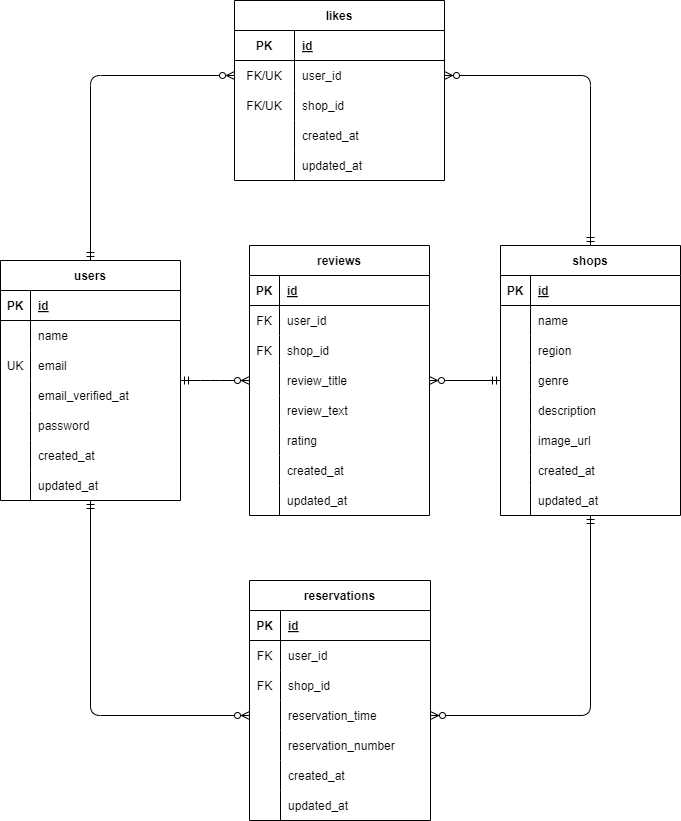
Above: ER.png in fukuda983667/Rese-front (draw.io), before the change. Source tidied: cells renumbered, new cells last; positions are measured from the earlier drawing's top-left corner, leaving out a move shared by most shapes.
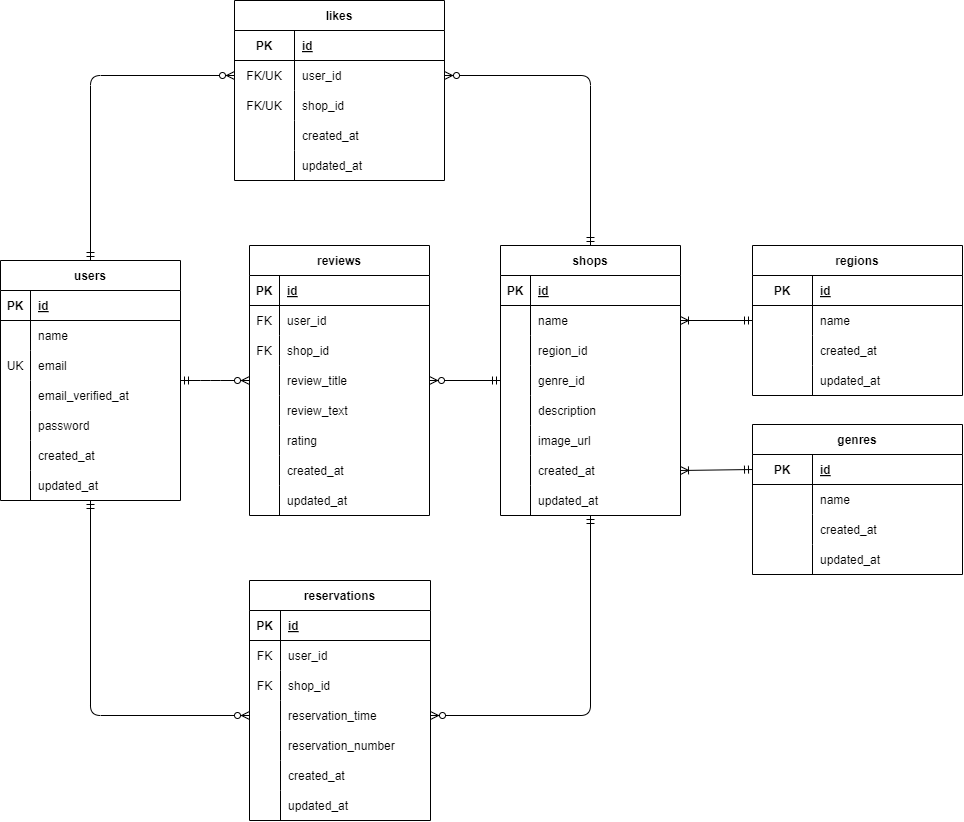
The same diagram one commit later.

The edit, as a diff of the source:
```diff
@@ -29,7 +29,7 @@
     <mxCell id="10" style="shape=partialRectangle;fillColor=none;top=0;left=0;bottom=0;right=0;overflow=hidden;" parent="9" vertex="1">
       <mxGeometry width="30" height="30" as="geometry" />
     </mxCell>
-    <mxCell id="11" value="region" style="shape=partialRectangle;fillColor=none;top=0;left=0;bottom=0;right=0;align=left;spacingLeft=6;overflow=hidden;" parent="9" vertex="1">
+    <mxCell id="11" value="region_id" style="shape=partialRectangle;fillColor=none;top=0;left=0;bottom=0;right=0;align=left;spacingLeft=6;overflow=hidden;" parent="9" vertex="1">
       <mxGeometry x="30" width="150" height="30" as="geometry" />
     </mxCell>
     <mxCell id="12" style="shape=tableRow;horizontal=0;startSize=0;swimlaneHead=0;swimlaneBody=0;fillColor=none;points=[[0,0.5],[1,0.5]];portConstraint=eastwest;top=0;left=0;right=0;bottom=0;" parent="2" vertex="1">
@@ -38,7 +38,7 @@
     <mxCell id="13" style="shape=partialRectangle;fillColor=none;top=0;left=0;bottom=0;right=0;overflow=hidden;" parent="12" vertex="1">
       <mxGeometry width="30" height="30" as="geometry" />
     </mxCell>
-    <mxCell id="14" value="genre" style="shape=partialRectangle;fillColor=none;top=0;left=0;bottom=0;right=0;align=left;spacingLeft=6;overflow=hidden;" parent="12" vertex="1">
+    <mxCell id="14" value="genre_id" style="shape=partialRectangle;fillColor=none;top=0;left=0;bottom=0;right=0;align=left;spacingLeft=6;overflow=hidden;" parent="12" vertex="1">
       <mxGeometry x="30" width="150" height="30" as="geometry" />
     </mxCell>
     <mxCell id="15" style="shape=tableRow;horizontal=0;startSize=0;swimlaneHead=0;swimlaneBody=0;fillColor=none;top=0;left=0;right=0;bottom=0;" parent="2" vertex="1">
@@ -372,5 +372,89 @@
     <mxCell id="117" style="fontSize=12;html=1;endArrow=ERzeroToMany;startArrow=ERmandOne;elbow=vertical;entryX=1;entryY=0.5;entryDx=0;entryDy=0;exitX=0;exitY=0.5;exitDx=0;exitDy=0;" parent="1" edge="1" source="12" target="101">
       <mxGeometry relative="1" as="geometry" />
     </mxCell>
+    <mxCell id="118" value="regions" style="shape=table;startSize=30;rowLines=0;fontStyle=1;align=center;" parent="1" vertex="1">
+      <mxGeometry x="752" y="245" width="210" height="150" as="geometry" />
+    </mxCell>
+    <mxCell id="119" style="shape=tableRow;horizontal=0;startSize=0;swimlaneHead=0;swimlaneBody=0;fillColor=none;top=0;left=0;right=0;bottom=1;" parent="118" vertex="1">
+      <mxGeometry y="30" width="210" height="30" as="geometry" />
+    </mxCell>
+    <mxCell id="120" value="PK" style="shape=partialRectangle;fillColor=none;top=0;left=0;bottom=0;right=0;fontStyle=1;overflow=hidden;" parent="119" vertex="1">
+      <mxGeometry width="60" height="30" as="geometry" />
+    </mxCell>
+    <mxCell id="121" value="id" style="shape=partialRectangle;fillColor=none;top=0;left=0;bottom=0;right=0;align=left;spacingLeft=6;fontStyle=5;overflow=hidden;" parent="119" vertex="1">
+      <mxGeometry x="60" width="150" height="30" as="geometry" />
+    </mxCell>
+    <mxCell id="122" style="shape=tableRow;horizontal=0;startSize=0;swimlaneHead=0;swimlaneBody=0;fillColor=none;points=[[0,0.5],[1,0.5]];portConstraint=eastwest;top=0;left=0;right=0;bottom=0;" parent="118" vertex="1">
+      <mxGeometry y="60" width="210" height="30" as="geometry" />
+    </mxCell>
+    <mxCell id="123" style="shape=partialRectangle;fillColor=none;top=0;left=0;bottom=0;right=0;overflow=hidden;fontSize=12;" parent="122" vertex="1">
+      <mxGeometry width="60" height="30" as="geometry" />
+    </mxCell>
+    <mxCell id="124" value="name" style="shape=partialRectangle;fillColor=none;top=0;left=0;bottom=0;right=0;align=left;spacingLeft=6;overflow=hidden;" parent="122" vertex="1">
+      <mxGeometry x="60" width="150" height="30" as="geometry" />
+    </mxCell>
+    <mxCell id="125" style="shape=tableRow;horizontal=0;startSize=0;swimlaneHead=0;swimlaneBody=0;fillColor=none;top=0;left=0;right=0;bottom=0;" parent="118" vertex="1">
+      <mxGeometry y="90" width="210" height="30" as="geometry" />
+    </mxCell>
+    <mxCell id="126" style="shape=partialRectangle;fillColor=none;top=0;left=0;bottom=0;right=0;overflow=hidden;fontSize=12;" parent="125" vertex="1">
+      <mxGeometry width="60" height="30" as="geometry" />
+    </mxCell>
+    <mxCell id="127" value="created_at" style="shape=partialRectangle;fillColor=none;top=0;left=0;bottom=0;right=0;align=left;spacingLeft=6;overflow=hidden;" parent="125" vertex="1">
+      <mxGeometry x="60" width="150" height="30" as="geometry" />
+    </mxCell>
+    <mxCell id="128" style="shape=tableRow;horizontal=0;startSize=0;swimlaneHead=0;swimlaneBody=0;fillColor=none;top=0;left=0;right=0;bottom=0;" parent="118" vertex="1">
+      <mxGeometry y="120" width="210" height="30" as="geometry" />
+    </mxCell>
+    <mxCell id="129" style="shape=partialRectangle;fillColor=none;top=0;left=0;bottom=0;right=0;overflow=hidden;" parent="128" vertex="1">
+      <mxGeometry width="60" height="30" as="geometry" />
+    </mxCell>
+    <mxCell id="130" value="updated_at" style="shape=partialRectangle;fillColor=none;top=0;left=0;bottom=0;right=0;align=left;spacingLeft=6;overflow=hidden;" parent="128" vertex="1">
+      <mxGeometry x="60" width="150" height="30" as="geometry" />
+    </mxCell>
+    <mxCell id="131" value="genres" style="shape=table;startSize=30;rowLines=0;fontStyle=1;align=center;" parent="1" vertex="1">
+      <mxGeometry x="752" y="424" width="210" height="150" as="geometry" />
+    </mxCell>
+    <mxCell id="132" style="shape=tableRow;horizontal=0;startSize=0;swimlaneHead=0;swimlaneBody=0;fillColor=none;points=[[0,0.5],[1,0.5]];portConstraint=eastwest;top=0;left=0;right=0;bottom=1;" parent="131" vertex="1">
+      <mxGeometry y="30" width="210" height="30" as="geometry" />
+    </mxCell>
+    <mxCell id="133" value="PK" style="shape=partialRectangle;fillColor=none;top=0;left=0;bottom=0;right=0;fontStyle=1;overflow=hidden;" parent="132" vertex="1">
+      <mxGeometry width="60" height="30" as="geometry" />
+    </mxCell>
+    <mxCell id="134" value="id" style="shape=partialRectangle;fillColor=none;top=0;left=0;bottom=0;right=0;align=left;spacingLeft=6;fontStyle=5;overflow=hidden;" parent="132" vertex="1">
+      <mxGeometry x="60" width="150" height="30" as="geometry" />
+    </mxCell>
+    <mxCell id="135" style="shape=tableRow;horizontal=0;startSize=0;swimlaneHead=0;swimlaneBody=0;fillColor=none;top=0;left=0;right=0;bottom=0;" parent="131" vertex="1">
+      <mxGeometry y="60" width="210" height="30" as="geometry" />
+    </mxCell>
+    <mxCell id="136" style="shape=partialRectangle;fillColor=none;top=0;left=0;bottom=0;right=0;overflow=hidden;fontSize=12;" parent="135" vertex="1">
+      <mxGeometry width="60" height="30" as="geometry" />
+    </mxCell>
+    <mxCell id="137" value="name" style="shape=partialRectangle;fillColor=none;top=0;left=0;bottom=0;right=0;align=left;spacingLeft=6;overflow=hidden;" parent="135" vertex="1">
+      <mxGeometry x="60" width="150" height="30" as="geometry" />
+    </mxCell>
+    <mxCell id="138" style="shape=tableRow;horizontal=0;startSize=0;swimlaneHead=0;swimlaneBody=0;fillColor=none;top=0;left=0;right=0;bottom=0;" parent="131" vertex="1">
+      <mxGeometry y="90" width="210" height="30" as="geometry" />
+    </mxCell>
+    <mxCell id="139" style="shape=partialRectangle;fillColor=none;top=0;left=0;bottom=0;right=0;overflow=hidden;fontSize=12;" parent="138" vertex="1">
+      <mxGeometry width="60" height="30" as="geometry" />
+    </mxCell>
+    <mxCell id="140" value="created_at" style="shape=partialRectangle;fillColor=none;top=0;left=0;bottom=0;right=0;align=left;spacingLeft=6;overflow=hidden;" parent="138" vertex="1">
+      <mxGeometry x="60" width="150" height="30" as="geometry" />
+    </mxCell>
+    <mxCell id="141" style="shape=tableRow;horizontal=0;startSize=0;swimlaneHead=0;swimlaneBody=0;fillColor=none;top=0;left=0;right=0;bottom=0;" parent="131" vertex="1">
+      <mxGeometry y="120" width="210" height="30" as="geometry" />
+    </mxCell>
+    <mxCell id="142" style="shape=partialRectangle;fillColor=none;top=0;left=0;bottom=0;right=0;overflow=hidden;" parent="141" vertex="1">
+      <mxGeometry width="60" height="30" as="geometry" />
+    </mxCell>
+    <mxCell id="143" value="updated_at" style="shape=partialRectangle;fillColor=none;top=0;left=0;bottom=0;right=0;align=left;spacingLeft=6;overflow=hidden;" parent="141" vertex="1">
+      <mxGeometry x="60" width="150" height="30" as="geometry" />
+    </mxCell>
+    <mxCell id="144" style="fontSize=12;html=1;endArrow=ERoneToMany;startArrow=ERmandOne;entryX=1;entryY=0.5;entryDx=0;entryDy=0;exitX=0;exitY=0.5;exitDx=0;exitDy=0;" parent="1" edge="1" source="122" target="6">
+      <mxGeometry relative="1" as="geometry" />
+    </mxCell>
+    <mxCell id="145" style="fontSize=12;html=1;endArrow=ERoneToMany;startArrow=ERmandOne;exitX=0;exitY=0.5;exitDx=0;exitDy=0;entryX=1;entryY=0.5;entryDx=0;entryDy=0;" parent="1" edge="1" source="132" target="21">
+      <mxGeometry relative="1" as="geometry" />
+    </mxCell>
   </root>
 </mxGraphModel>
```
